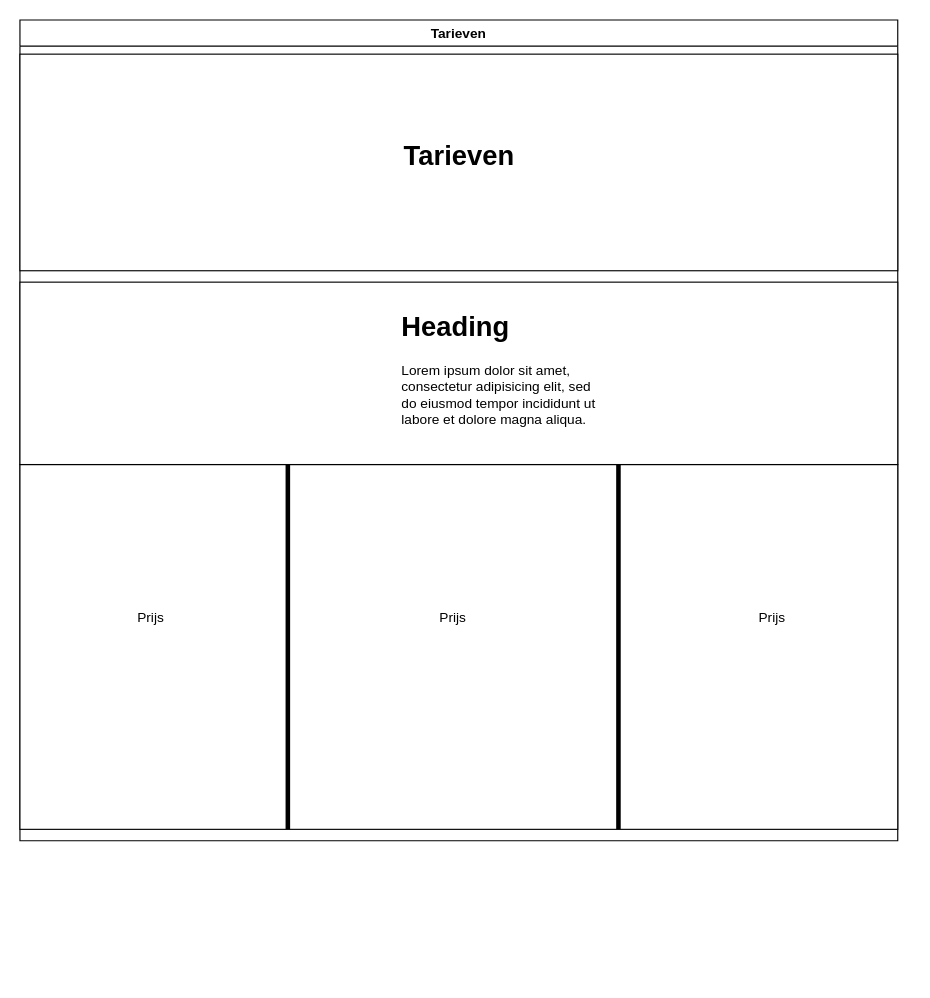
Above: page "Page-2" (2 of 5) of Untitled Diagram.drawio in LorenzovandenDungen/admincrud (draw.io), before the change. Source tidied: cells renumbered, new cells numbered last; positions are measured from the earlier drawing's top-left corner, leaving out a move shared by most shapes. Both pictures are drawn from the tidied source at 114%, with x=0, y=0 at pixel (19, 19).
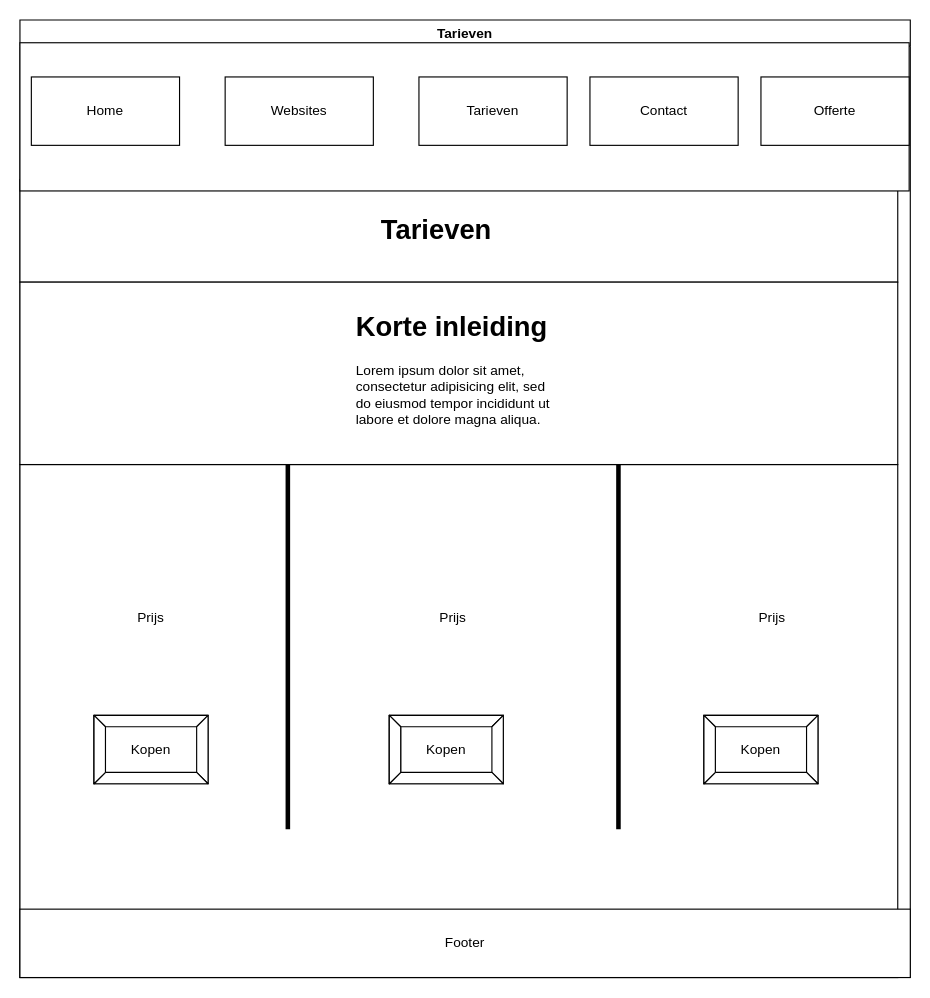
Above is the later version.

Diff of the diagram source:
```diff
@@
     <mxCell id="2" value="Tarieven" style="swimlane;startSize=23;" parent="1" vertex="1">
-      <mxGeometry width="770" height="720" as="geometry" />
+      <mxGeometry width="781" height="840" as="geometry" />
     </mxCell>
     <mxCell id="3" style="rounded=0;whiteSpace=wrap;html=1;" parent="2" vertex="1">
-      <mxGeometry y="390" width="770" height="320" as="geometry" />
+      <mxGeometry y="390" width="770" height="450" as="geometry" />
     </mxCell>
@@
+    <mxCell id="13" value="Kopen" style="labelPosition=center;verticalLabelPosition=middle;align=center;html=1;shape=mxgraph.basic.button;dx=10;whiteSpace=wrap;" parent="2" vertex="1">
+      <mxGeometry x="65" y="610" width="100" height="60" as="geometry" />
+    </mxCell>
+    <mxCell id="14" value="Kopen" style="labelPosition=center;verticalLabelPosition=middle;align=center;html=1;shape=mxgraph.basic.button;dx=10;whiteSpace=wrap;" parent="2" vertex="1">
+      <mxGeometry x="324" y="610" width="100" height="60" as="geometry" />
+    </mxCell>
+    <mxCell id="15" value="Kopen" style="labelPosition=center;verticalLabelPosition=middle;align=center;html=1;shape=mxgraph.basic.button;dx=10;whiteSpace=wrap;" parent="2" vertex="1">
+      <mxGeometry x="600" y="610" width="100" height="60" as="geometry" />
+    </mxCell>
-    <mxCell id="9" style="rounded=0;whiteSpace=wrap;html=1;" parent="1" vertex="1">
-      <mxGeometry y="30" width="770" height="190" as="geometry" />
+    <mxCell id="9" style="rounded=0;whiteSpace=wrap;html=1;" parent="2" vertex="1">
+      <mxGeometry y="140" width="770" height="90" as="geometry" />
     </mxCell>
-    <mxCell id="10" value="Tarieven" style="text;strokeColor=none;fillColor=none;html=1;fontSize=24;fontStyle=1;verticalAlign=middle;align=center;" parent="1" vertex="1">
-      <mxGeometry x="220" y="60" width="330" height="120" as="geometry" />
+    <mxCell id="10" value="Tarieven" style="text;strokeColor=none;fillColor=none;html=1;fontSize=24;fontStyle=1;verticalAlign=middle;align=center;" parent="2" vertex="1">
+      <mxGeometry x="200" y="125" width="330" height="120" as="geometry" />
     </mxCell>
+    <mxCell id="16" style="rounded=0;whiteSpace=wrap;html=1;" parent="2" vertex="1">
+      <mxGeometry y="20" width="780" height="130" as="geometry" />
+    </mxCell>
+    <mxCell id="17" value="Websites" style="rounded=0;whiteSpace=wrap;html=1;" parent="2" vertex="1">
+      <mxGeometry x="180" y="50" width="130" height="60" as="geometry" />
+    </mxCell>
+    <mxCell id="18" value="Home" style="rounded=0;whiteSpace=wrap;html=1;" parent="2" vertex="1">
+      <mxGeometry x="10" y="50" width="130" height="60" as="geometry" />
+    </mxCell>
+    <mxCell id="19" value="Tarieven" style="rounded=0;whiteSpace=wrap;html=1;" parent="2" vertex="1">
+      <mxGeometry x="350" y="50" width="130" height="60" as="geometry" />
+    </mxCell>
+    <mxCell id="20" value="Contact" style="rounded=0;whiteSpace=wrap;html=1;" parent="2" vertex="1">
+      <mxGeometry x="500" y="50" width="130" height="60" as="geometry" />
+    </mxCell>
+    <mxCell id="21" value="Offerte" style="rounded=0;whiteSpace=wrap;html=1;" parent="2" vertex="1">
+      <mxGeometry x="650" y="50" width="130" height="60" as="geometry" />
+    </mxCell>
+    <mxCell id="22" value="Footer" style="rounded=0;whiteSpace=wrap;html=1;" parent="2" vertex="1">
+      <mxGeometry y="780" width="781" height="60" as="geometry" />
+    </mxCell>
@@
-    <mxCell id="12" value="&lt;h1&gt;Heading&lt;/h1&gt;&lt;p&gt;Lorem ipsum dolor sit amet, consectetur adipisicing elit, sed do eiusmod tempor incididunt ut labore et dolore magna aliqua.&lt;/p&gt;" style="text;html=1;spacing=5;spacingTop=-20;whiteSpace=wrap;overflow=hidden;rounded=0;" parent="1" vertex="1">
-      <mxGeometry x="330" y="250" width="190" height="120" as="geometry" />
+    <mxCell id="12" value="&lt;h1&gt;Korte inleiding&amp;nbsp;&lt;/h1&gt;&lt;p&gt;Lorem ipsum dolor sit amet, consectetur adipisicing elit, sed do eiusmod tempor incididunt ut labore et dolore magna aliqua.&lt;/p&gt;" style="text;html=1;spacing=5;spacingTop=-20;whiteSpace=wrap;overflow=hidden;rounded=0;" parent="1" vertex="1">
+      <mxGeometry x="290" y="250" width="190" height="120" as="geometry" />
     </mxCell>
```
